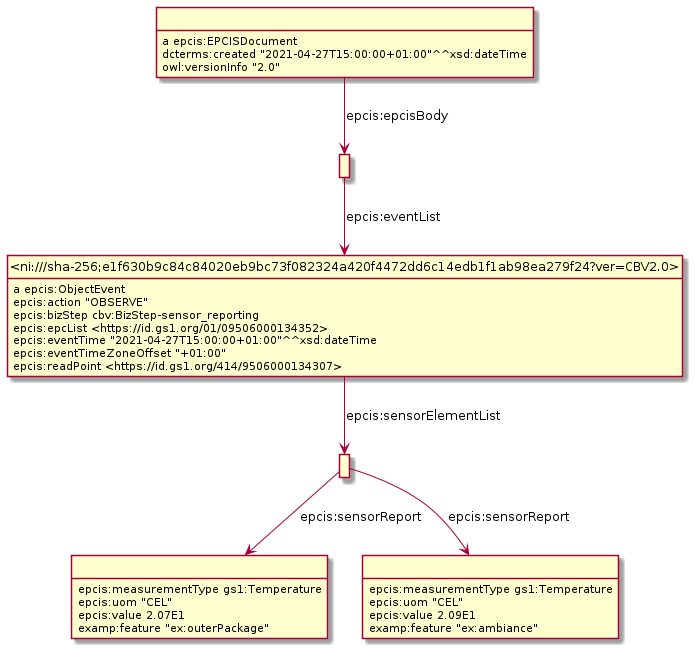
The PlantUML diagram Diagrams/WithSensorData/SensorDataExample13.png in gs1/EPCIS, before a commit.
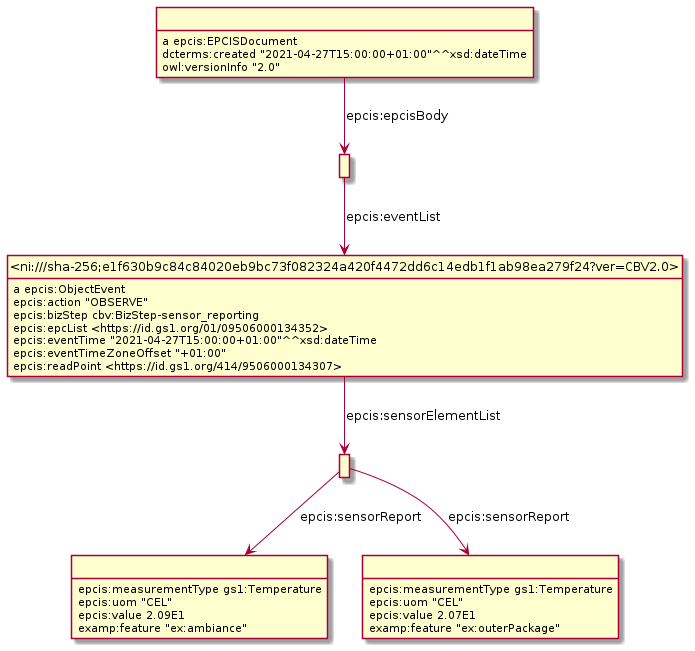
The same diagram one commit later.

Change to the diagram source:
```diff
@@ -3,33 +3,33 @@
 hide empty attributes
 hide circle
 skinparam classAttributeIconSize 0
-class _r1631887428r3_ as " "
-_r1631887428r3_ : epcis:measurementType gs1:Temperature
-_r1631887428r3_ : epcis:uom "CEL"
-_r1631887428r3_ : epcis:value 2.07E1
-_r1631887428r3_ : examp:feature "ex:outerPackage"
-class _r1631887428r4_ as " "
-_r1631887428r4_ : epcis:measurementType gs1:Temperature
-_r1631887428r4_ : epcis:uom "CEL"
-_r1631887428r4_ : epcis:value 2.09E1
-_r1631887428r4_ : examp:feature "ex:ambiance"
-class _r1631887428r1_ as " "
+class _r1631889722r4_ as " "
+_r1631889722r4_ : epcis:measurementType gs1:Temperature
+_r1631889722r4_ : epcis:uom "CEL"
+_r1631889722r4_ : epcis:value 2.09E1
+_r1631889722r4_ : examp:feature "ex:ambiance"
 class _ni_sha_256_e1f630b9c84c84020eb9bc73f082324a420f4472dd6c14edb1f1ab98ea279f24_ver_CBV2_0_ as "<ni:///sha-256;e1f630b9c84c84020eb9bc73f082324a420f4472dd6c14edb1f1ab98ea279f24?ver=CBV2.0>"
-_r1631887428r1_ -down-> _ni_sha_256_e1f630b9c84c84020eb9bc73f082324a420f4472dd6c14edb1f1ab98ea279f24_ver_CBV2_0_ : epcis:eventList
 _ni_sha_256_e1f630b9c84c84020eb9bc73f082324a420f4472dd6c14edb1f1ab98ea279f24_ver_CBV2_0_ : a epcis:ObjectEvent
-class _r1631887428r2_ as " "
-_ni_sha_256_e1f630b9c84c84020eb9bc73f082324a420f4472dd6c14edb1f1ab98ea279f24_ver_CBV2_0_ -down-> _r1631887428r2_ : epcis:sensorElementList
+class _r1631889722r2_ as " "
+_ni_sha_256_e1f630b9c84c84020eb9bc73f082324a420f4472dd6c14edb1f1ab98ea279f24_ver_CBV2_0_ -down-> _r1631889722r2_ : epcis:sensorElementList
 _ni_sha_256_e1f630b9c84c84020eb9bc73f082324a420f4472dd6c14edb1f1ab98ea279f24_ver_CBV2_0_ : epcis:action "OBSERVE"
 _ni_sha_256_e1f630b9c84c84020eb9bc73f082324a420f4472dd6c14edb1f1ab98ea279f24_ver_CBV2_0_ : epcis:bizStep cbv:BizStep-sensor_reporting
 _ni_sha_256_e1f630b9c84c84020eb9bc73f082324a420f4472dd6c14edb1f1ab98ea279f24_ver_CBV2_0_ : epcis:epcList <https://id.gs1.org/01/09506000134352>
 _ni_sha_256_e1f630b9c84c84020eb9bc73f082324a420f4472dd6c14edb1f1ab98ea279f24_ver_CBV2_0_ : epcis:eventTime "2021-04-27T15:00:00+01:00"^^xsd:dateTime
 _ni_sha_256_e1f630b9c84c84020eb9bc73f082324a420f4472dd6c14edb1f1ab98ea279f24_ver_CBV2_0_ : epcis:eventTimeZoneOffset "+01:00"
 _ni_sha_256_e1f630b9c84c84020eb9bc73f082324a420f4472dd6c14edb1f1ab98ea279f24_ver_CBV2_0_ : epcis:readPoint <https://id.gs1.org/414/9506000134307>
-class _r1631887428r0_ as " "
-_r1631887428r0_ : a epcis:EPCISDocument
-_r1631887428r0_ -down-> _r1631887428r1_ : epcis:epcisBody
-_r1631887428r0_ : dcterms:created "2021-04-27T15:00:00+01:00"^^xsd:dateTime
-_r1631887428r0_ : owl:versionInfo "2.0"
-_r1631887428r2_ -down-> _r1631887428r4_ : epcis:sensorReport
-_r1631887428r2_ -down-> _r1631887428r3_ : epcis:sensorReport
+class _r1631889722r3_ as " "
+_r1631889722r2_ -down-> _r1631889722r3_ : epcis:sensorReport
+_r1631889722r2_ -down-> _r1631889722r4_ : epcis:sensorReport
+_r1631889722r3_ : epcis:measurementType gs1:Temperature
+_r1631889722r3_ : epcis:uom "CEL"
+_r1631889722r3_ : epcis:value 2.07E1
+_r1631889722r3_ : examp:feature "ex:outerPackage"
+class _r1631889722r0_ as " "
+_r1631889722r0_ : a epcis:EPCISDocument
+class _r1631889722r1_ as " "
+_r1631889722r0_ -down-> _r1631889722r1_ : epcis:epcisBody
+_r1631889722r0_ : dcterms:created "2021-04-27T15:00:00+01:00"^^xsd:dateTime
+_r1631889722r0_ : owl:versionInfo "2.0"
+_r1631889722r1_ -down-> _ni_sha_256_e1f630b9c84c84020eb9bc73f082324a420f4472dd6c14edb1f1ab98ea279f24_ver_CBV2_0_ : epcis:eventList
 @enduml
```
